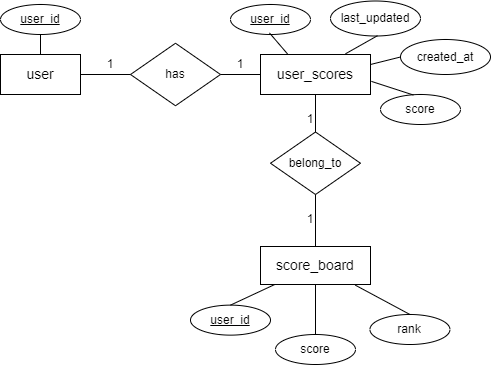
This is Problem_6/images/erdDatabase.png from hungle2002/Interview_project, a draw.io export, as it was before one commit. Source tidied: cells renumbered, new cells last; positions are measured from the earlier drawing's top-left corner, leaving out a move shared by most shapes. Its diagram source:
```xml
<mxGraphModel>
  <root>
    <mxCell id="0" />
    <mxCell id="1" parent="0" />
    <mxCell id="2" value="&lt;span style=&quot;font-size: 14px;&quot;&gt;user&lt;/span&gt;" style="rounded=0;whiteSpace=wrap;html=1;" parent="1" vertex="1">
      <mxGeometry y="53" width="80" height="40" as="geometry" />
    </mxCell>
    <mxCell id="3" value="&lt;span style=&quot;font-size: 14px;&quot;&gt;user_scores&lt;/span&gt;" style="rounded=0;whiteSpace=wrap;html=1;" parent="1" vertex="1">
      <mxGeometry x="260" y="53" width="110" height="40" as="geometry" />
    </mxCell>
    <mxCell id="4" value="&lt;u&gt;user_id&lt;/u&gt;" style="ellipse;whiteSpace=wrap;html=1;" parent="1" vertex="1">
      <mxGeometry x="230" y="3" width="80" height="30" as="geometry" />
    </mxCell>
    <mxCell id="5" value="score" style="ellipse;whiteSpace=wrap;html=1;" parent="1" vertex="1">
      <mxGeometry x="380" y="93" width="80" height="30" as="geometry" />
    </mxCell>
    <mxCell id="6" value="last_updated" style="ellipse;whiteSpace=wrap;html=1;" parent="1" vertex="1">
      <mxGeometry x="330" y="-0.5" width="90" height="35" as="geometry" />
    </mxCell>
    <mxCell id="7" value="created_at" style="ellipse;whiteSpace=wrap;html=1;" parent="1" vertex="1">
      <mxGeometry x="400" y="38" width="90" height="35" as="geometry" />
    </mxCell>
    <mxCell id="8" value="&lt;span style=&quot;font-size: 14px;&quot;&gt;score_board&lt;/span&gt;" style="rounded=0;whiteSpace=wrap;html=1;" parent="1" vertex="1">
      <mxGeometry x="260" y="245" width="110" height="38" as="geometry" />
    </mxCell>
    <mxCell id="9" value="&lt;u&gt;user_id&lt;/u&gt;" style="ellipse;whiteSpace=wrap;html=1;" parent="1" vertex="1">
      <mxGeometry x="190" y="303.6" width="80" height="30" as="geometry" />
    </mxCell>
    <mxCell id="10" value="score" style="ellipse;whiteSpace=wrap;html=1;" parent="1" vertex="1">
      <mxGeometry x="275" y="333" width="80" height="30" as="geometry" />
    </mxCell>
    <mxCell id="11" value="rank" style="ellipse;whiteSpace=wrap;html=1;" parent="1" vertex="1">
      <mxGeometry x="369.4" y="313" width="80" height="30" as="geometry" />
    </mxCell>
    <mxCell id="12" value="belong_to" style="rhombus;whiteSpace=wrap;html=1;" parent="1" vertex="1">
      <mxGeometry x="270" y="130.5" width="90" height="62.5" as="geometry" />
    </mxCell>
    <mxCell id="13" style="edgeStyle=orthogonalEdgeStyle;rounded=0;orthogonalLoop=1;jettySize=auto;html=1;exitX=0.5;exitY=1;exitDx=0;exitDy=0;" parent="1" edge="1" source="5" target="5">
      <mxGeometry relative="1" as="geometry" />
    </mxCell>
    <mxCell id="14" style="endArrow=none;html=1;rounded=0;exitX=0.5;exitY=1;exitDx=0;exitDy=0;entryX=0.5;entryY=0;entryDx=0;entryDy=0;" parent="1" edge="1" source="3" target="12">
      <mxGeometry relative="1" as="geometry" />
    </mxCell>
    <mxCell id="15" style="endArrow=none;html=1;rounded=0;exitX=0.5;exitY=1;exitDx=0;exitDy=0;entryX=0.5;entryY=0;entryDx=0;entryDy=0;" parent="1" edge="1" source="12" target="8">
      <mxGeometry relative="1" as="geometry" />
    </mxCell>
    <mxCell id="16" style="endArrow=none;html=1;rounded=0;exitX=0.5;exitY=0;exitDx=0;exitDy=0;" parent="1" edge="1" source="9" target="8">
      <mxGeometry relative="1" as="geometry" />
    </mxCell>
    <mxCell id="17" style="endArrow=none;html=1;rounded=0;exitX=0.5;exitY=0;exitDx=0;exitDy=0;entryX=0.5;entryY=1;entryDx=0;entryDy=0;" parent="1" edge="1" source="10" target="8">
      <mxGeometry relative="1" as="geometry" />
    </mxCell>
    <mxCell id="18" style="endArrow=none;html=1;rounded=0;exitX=0.861;exitY=1.016;exitDx=0;exitDy=0;entryX=0.5;entryY=0;entryDx=0;entryDy=0;exitPerimeter=0;" parent="1" edge="1" source="8" target="11">
      <mxGeometry relative="1" as="geometry" />
    </mxCell>
    <mxCell id="19" value="1" style="text;html=1;align=center;verticalAlign=middle;whiteSpace=wrap;rounded=0;fillColor=none;" parent="1" vertex="1">
      <mxGeometry x="300" y="113" width="20" height="10" as="geometry" />
    </mxCell>
    <mxCell id="20" value="1" style="text;html=1;align=center;verticalAlign=middle;whiteSpace=wrap;rounded=0;fillColor=none;" parent="1" vertex="1">
      <mxGeometry x="300" y="213" width="20" height="10" as="geometry" />
    </mxCell>
    <mxCell id="21" value="has" style="rhombus;whiteSpace=wrap;html=1;" parent="1" vertex="1">
      <mxGeometry x="130" y="41.8" width="90" height="62.5" as="geometry" />
    </mxCell>
    <mxCell id="22" value="&lt;u&gt;user_id&lt;/u&gt;" style="ellipse;whiteSpace=wrap;html=1;" parent="1" vertex="1">
      <mxGeometry y="3" width="80" height="30" as="geometry" />
    </mxCell>
    <mxCell id="23" style="endArrow=none;html=1;rounded=0;exitX=0.5;exitY=1;exitDx=0;exitDy=0;entryX=0.5;entryY=0;entryDx=0;entryDy=0;" parent="1" edge="1" source="22" target="2">
      <mxGeometry relative="1" as="geometry" />
    </mxCell>
    <mxCell id="24" style="endArrow=none;html=1;rounded=0;exitX=1;exitY=0.5;exitDx=0;exitDy=0;entryX=0;entryY=0.5;entryDx=0;entryDy=0;" parent="1" edge="1" source="2" target="21">
      <mxGeometry relative="1" as="geometry" />
    </mxCell>
    <mxCell id="25" style="endArrow=none;html=1;rounded=0;exitX=1;exitY=0.5;exitDx=0;exitDy=0;entryX=0;entryY=0.5;entryDx=0;entryDy=0;" parent="1" edge="1" source="21" target="3">
      <mxGeometry relative="1" as="geometry" />
    </mxCell>
    <mxCell id="26" value="1" style="text;html=1;align=center;verticalAlign=middle;whiteSpace=wrap;rounded=0;fillColor=none;" parent="1" vertex="1">
      <mxGeometry x="100" y="58" width="20" height="10" as="geometry" />
    </mxCell>
    <mxCell id="27" value="1" style="text;html=1;align=center;verticalAlign=middle;whiteSpace=wrap;rounded=0;fillColor=none;" parent="1" vertex="1">
      <mxGeometry x="230" y="58" width="20" height="10" as="geometry" />
    </mxCell>
    <mxCell id="28" style="endArrow=none;html=1;rounded=0;exitX=0.487;exitY=0.947;exitDx=0;exitDy=0;entryX=0.25;entryY=0;entryDx=0;entryDy=0;exitPerimeter=0;" parent="1" edge="1" source="4" target="3">
      <mxGeometry relative="1" as="geometry" />
    </mxCell>
    <mxCell id="29" style="endArrow=none;html=1;rounded=0;exitX=0.522;exitY=0.992;exitDx=0;exitDy=0;entryX=0.773;entryY=-0.018;entryDx=0;entryDy=0;exitPerimeter=0;entryPerimeter=0;" parent="1" edge="1" source="6" target="3">
      <mxGeometry relative="1" as="geometry" />
    </mxCell>
    <mxCell id="30" style="endArrow=none;html=1;rounded=0;exitX=0;exitY=0.5;exitDx=0;exitDy=0;entryX=1;entryY=0.25;entryDx=0;entryDy=0;" parent="1" edge="1" source="7" target="3">
      <mxGeometry relative="1" as="geometry" />
    </mxCell>
    <mxCell id="31" style="endArrow=none;html=1;rounded=0;exitX=0.411;exitY=0.017;exitDx=0;exitDy=0;entryX=1.008;entryY=0.672;entryDx=0;entryDy=0;exitPerimeter=0;entryPerimeter=0;" parent="1" edge="1" source="5" target="3">
      <mxGeometry relative="1" as="geometry" />
    </mxCell>
  </root>
</mxGraphModel>
```
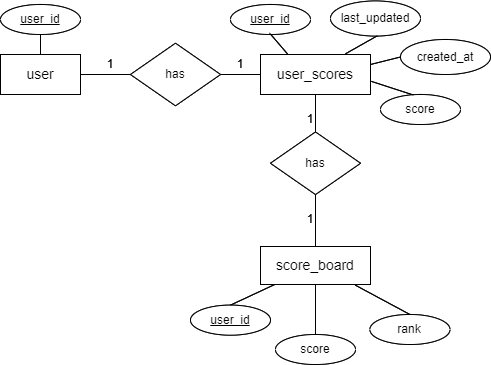
The same diagram one commit later.

Commit message:
[Interview] [Harry] Update database image

What changed in the source:
```diff
@@ -92,5 +92,95 @@
     <mxCell id="31" style="endArrow=none;html=1;rounded=0;exitX=0.411;exitY=0.017;exitDx=0;exitDy=0;entryX=1.008;entryY=0.672;entryDx=0;entryDy=0;exitPerimeter=0;entryPerimeter=0;" parent="1" edge="1" source="5" target="3">
       <mxGeometry relative="1" as="geometry" />
     </mxCell>
+    <mxCell id="32" value="&lt;span style=&quot;font-size: 14px;&quot;&gt;user&lt;/span&gt;" style="rounded=0;whiteSpace=wrap;html=1;" parent="1" vertex="1">
+      <mxGeometry y="53" width="80" height="40" as="geometry" />
+    </mxCell>
+    <mxCell id="33" value="&lt;span style=&quot;font-size: 14px;&quot;&gt;user_scores&lt;/span&gt;" style="rounded=0;whiteSpace=wrap;html=1;" parent="1" vertex="1">
+      <mxGeometry x="260" y="53" width="110" height="40" as="geometry" />
+    </mxCell>
+    <mxCell id="34" value="&lt;u&gt;user_id&lt;/u&gt;" style="ellipse;whiteSpace=wrap;html=1;" parent="1" vertex="1">
+      <mxGeometry x="230" y="3" width="80" height="30" as="geometry" />
+    </mxCell>
+    <mxCell id="35" value="score" style="ellipse;whiteSpace=wrap;html=1;" parent="1" vertex="1">
+      <mxGeometry x="380" y="93" width="80" height="30" as="geometry" />
+    </mxCell>
+    <mxCell id="36" value="last_updated" style="ellipse;whiteSpace=wrap;html=1;" parent="1" vertex="1">
+      <mxGeometry x="330" y="-0.5" width="90" height="35" as="geometry" />
+    </mxCell>
+    <mxCell id="37" value="created_at" style="ellipse;whiteSpace=wrap;html=1;" parent="1" vertex="1">
+      <mxGeometry x="400" y="38" width="90" height="35" as="geometry" />
+    </mxCell>
+    <mxCell id="38" value="&lt;span style=&quot;font-size: 14px;&quot;&gt;score_board&lt;/span&gt;" style="rounded=0;whiteSpace=wrap;html=1;" parent="1" vertex="1">
+      <mxGeometry x="260" y="245" width="110" height="38" as="geometry" />
+    </mxCell>
+    <mxCell id="39" value="&lt;u&gt;user_id&lt;/u&gt;" style="ellipse;whiteSpace=wrap;html=1;" parent="1" vertex="1">
+      <mxGeometry x="190" y="303.6" width="80" height="30" as="geometry" />
+    </mxCell>
+    <mxCell id="40" value="score" style="ellipse;whiteSpace=wrap;html=1;" parent="1" vertex="1">
+      <mxGeometry x="275" y="333" width="80" height="30" as="geometry" />
+    </mxCell>
+    <mxCell id="41" value="rank" style="ellipse;whiteSpace=wrap;html=1;" parent="1" vertex="1">
+      <mxGeometry x="369.4" y="313" width="80" height="30" as="geometry" />
+    </mxCell>
+    <mxCell id="42" value="has" style="rhombus;whiteSpace=wrap;html=1;" parent="1" vertex="1">
+      <mxGeometry x="270" y="130.5" width="90" height="62.5" as="geometry" />
+    </mxCell>
+    <mxCell id="43" style="edgeStyle=orthogonalEdgeStyle;rounded=0;orthogonalLoop=1;jettySize=auto;html=1;exitX=0.5;exitY=1;exitDx=0;exitDy=0;" parent="1" edge="1" source="35" target="35">
+      <mxGeometry relative="1" as="geometry" />
+    </mxCell>
+    <mxCell id="44" style="endArrow=none;html=1;rounded=0;exitX=0.5;exitY=1;exitDx=0;exitDy=0;entryX=0.5;entryY=0;entryDx=0;entryDy=0;" parent="1" edge="1" source="33" target="42">
+      <mxGeometry relative="1" as="geometry" />
+    </mxCell>
+    <mxCell id="45" style="endArrow=none;html=1;rounded=0;exitX=0.5;exitY=1;exitDx=0;exitDy=0;entryX=0.5;entryY=0;entryDx=0;entryDy=0;" parent="1" edge="1" source="42" target="38">
+      <mxGeometry relative="1" as="geometry" />
+    </mxCell>
+    <mxCell id="46" style="endArrow=none;html=1;rounded=0;exitX=0.5;exitY=0;exitDx=0;exitDy=0;" parent="1" edge="1" source="39" target="38">
+      <mxGeometry relative="1" as="geometry" />
+    </mxCell>
+    <mxCell id="47" style="endArrow=none;html=1;rounded=0;exitX=0.5;exitY=0;exitDx=0;exitDy=0;entryX=0.5;entryY=1;entryDx=0;entryDy=0;" parent="1" edge="1" source="40" target="38">
+      <mxGeometry relative="1" as="geometry" />
+    </mxCell>
+    <mxCell id="48" style="endArrow=none;html=1;rounded=0;exitX=0.861;exitY=1.016;exitDx=0;exitDy=0;entryX=0.5;entryY=0;entryDx=0;entryDy=0;exitPerimeter=0;" parent="1" edge="1" source="38" target="41">
+      <mxGeometry relative="1" as="geometry" />
+    </mxCell>
+    <mxCell id="49" value="1" style="text;html=1;align=center;verticalAlign=middle;whiteSpace=wrap;rounded=0;fillColor=none;" parent="1" vertex="1">
+      <mxGeometry x="300" y="113" width="20" height="10" as="geometry" />
+    </mxCell>
+    <mxCell id="50" value="1" style="text;html=1;align=center;verticalAlign=middle;whiteSpace=wrap;rounded=0;fillColor=none;" parent="1" vertex="1">
+      <mxGeometry x="300" y="213" width="20" height="10" as="geometry" />
+    </mxCell>
+    <mxCell id="51" value="has" style="rhombus;whiteSpace=wrap;html=1;" parent="1" vertex="1">
+      <mxGeometry x="130" y="41.8" width="90" height="62.5" as="geometry" />
+    </mxCell>
+    <mxCell id="52" value="&lt;u&gt;user_id&lt;/u&gt;" style="ellipse;whiteSpace=wrap;html=1;" parent="1" vertex="1">
+      <mxGeometry y="3" width="80" height="30" as="geometry" />
+    </mxCell>
+    <mxCell id="53" style="endArrow=none;html=1;rounded=0;exitX=0.5;exitY=1;exitDx=0;exitDy=0;entryX=0.5;entryY=0;entryDx=0;entryDy=0;" parent="1" edge="1" source="52" target="32">
+      <mxGeometry relative="1" as="geometry" />
+    </mxCell>
+    <mxCell id="54" style="endArrow=none;html=1;rounded=0;exitX=1;exitY=0.5;exitDx=0;exitDy=0;entryX=0;entryY=0.5;entryDx=0;entryDy=0;" parent="1" edge="1" source="32" target="51">
+      <mxGeometry relative="1" as="geometry" />
+    </mxCell>
+    <mxCell id="55" style="endArrow=none;html=1;rounded=0;exitX=1;exitY=0.5;exitDx=0;exitDy=0;entryX=0;entryY=0.5;entryDx=0;entryDy=0;" parent="1" edge="1" source="51" target="33">
+      <mxGeometry relative="1" as="geometry" />
+    </mxCell>
+    <mxCell id="56" value="1" style="text;html=1;align=center;verticalAlign=middle;whiteSpace=wrap;rounded=0;fillColor=none;" parent="1" vertex="1">
+      <mxGeometry x="100" y="58" width="20" height="10" as="geometry" />
+    </mxCell>
+    <mxCell id="57" value="1" style="text;html=1;align=center;verticalAlign=middle;whiteSpace=wrap;rounded=0;fillColor=none;" parent="1" vertex="1">
+      <mxGeometry x="230" y="58" width="20" height="10" as="geometry" />
+    </mxCell>
+    <mxCell id="58" style="endArrow=none;html=1;rounded=0;exitX=0.487;exitY=0.947;exitDx=0;exitDy=0;entryX=0.25;entryY=0;entryDx=0;entryDy=0;exitPerimeter=0;" parent="1" edge="1" source="34" target="33">
+      <mxGeometry relative="1" as="geometry" />
+    </mxCell>
+    <mxCell id="59" style="endArrow=none;html=1;rounded=0;exitX=0.522;exitY=0.992;exitDx=0;exitDy=0;entryX=0.773;entryY=-0.018;entryDx=0;entryDy=0;exitPerimeter=0;entryPerimeter=0;" parent="1" edge="1" source="36" target="33">
+      <mxGeometry relative="1" as="geometry" />
+    </mxCell>
+    <mxCell id="60" style="endArrow=none;html=1;rounded=0;exitX=0;exitY=0.5;exitDx=0;exitDy=0;entryX=1;entryY=0.25;entryDx=0;entryDy=0;" parent="1" edge="1" source="37" target="33">
+      <mxGeometry relative="1" as="geometry" />
+    </mxCell>
+    <mxCell id="61" style="endArrow=none;html=1;rounded=0;exitX=0.411;exitY=0.017;exitDx=0;exitDy=0;entryX=1.008;entryY=0.672;entryDx=0;entryDy=0;exitPerimeter=0;entryPerimeter=0;" parent="1" edge="1" source="35" target="33">
+      <mxGeometry relative="1" as="geometry" />
+    </mxCell>
   </root>
 </mxGraphModel>
```
